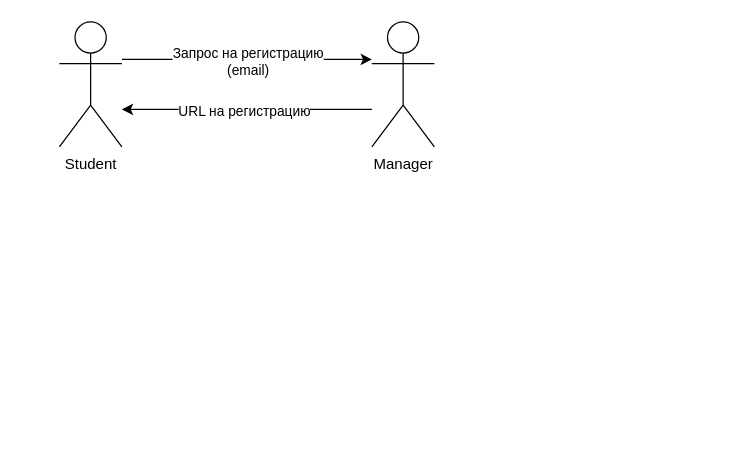
The draw.io diagram page "Страница 2" (2 of 2) of SpaceLab.drawio in antariuz/uml, before the edit. Source tidied: cells renumbered, new cells numbered last; positions are measured from the earlier drawing's top-left corner, leaving out a move shared by most shapes. Both pictures are drawn from the tidied source at 125%, with x=0, y=0 at pixel (59, 21).
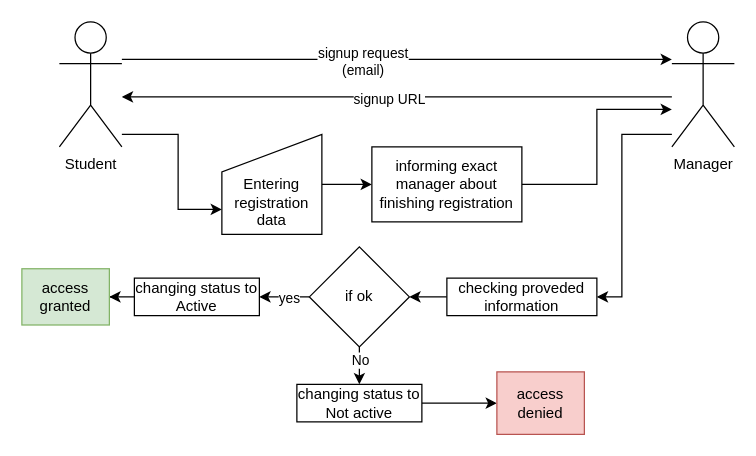
After the change.

The change refers to these unchanged cells:
```xml
<mxCell id="2" style="edgeStyle=orthogonalEdgeStyle;rounded=0;jettySize=auto;html=1;" parent="1" edge="1" source="4" target="7">
  <mxGeometry relative="1" as="geometry">
    <Array as="points">
      <mxPoint x="220" y="30" />
      <mxPoint x="220" y="30" />
    </Array>
  </mxGeometry>
</mxCell>
<mxCell id="4" value="Student" style="shape=umlActor;verticalLabelPosition=bottom;verticalAlign=top;html=1;outlineConnect=0;" parent="1" vertex="1">
  <mxGeometry width="50" height="100" as="geometry" />
</mxCell>
```

Change to the diagram source:
```diff
@@
-    <mxCell id="3" value="Запрос на регистрацию&lt;br&gt;(email)" style="edgeLabel;html=1;align=center;verticalAlign=middle;" parent="2" vertex="1">
+    <mxCell id="3" value="signup request&lt;br&gt;(email)" style="edgeLabel;html=1;align=center;verticalAlign=middle;" parent="2" vertex="1">
       <mxGeometry x="-0.23" y="-1" relative="1" as="geometry">
         <mxPoint x="23" as="offset" />
       </mxGeometry>
     </mxCell>
+    <mxCell id="8" style="edgeStyle=orthogonalEdgeStyle;rounded=0;jettySize=auto;html=1;entryX=0;entryY=0.75;entryDx=0;entryDy=0;" parent="1" edge="1" source="4" target="11">
+      <mxGeometry relative="1" as="geometry">
+        <Array as="points">
+          <mxPoint x="95" y="90" />
+          <mxPoint x="95" y="150" />
+        </Array>
+      </mxGeometry>
+    </mxCell>
@@
     <mxCell id="5" style="edgeStyle=orthogonalEdgeStyle;rounded=0;jettySize=auto;html=1;" parent="1" edge="1" source="7" target="4">
       <mxGeometry relative="1" as="geometry">
         <Array as="points">
-          <mxPoint x="220" y="70" />
-          <mxPoint x="220" y="70" />
+          <mxPoint x="360" y="60" />
+          <mxPoint x="360" y="60" />
         </Array>
       </mxGeometry>
     </mxCell>
-    <mxCell id="6" value="URL на регистрацию" style="edgeLabel;html=1;align=center;verticalAlign=middle;" parent="5" vertex="1">
+    <mxCell id="6" value="signup URL" style="edgeLabel;html=1;align=center;verticalAlign=middle;" parent="5" vertex="1">
       <mxGeometry x="0.03" y="1" relative="1" as="geometry" />
     </mxCell>
+    <mxCell id="9" style="edgeStyle=orthogonalEdgeStyle;rounded=0;jettySize=auto;html=1;entryX=1;entryY=0.5;entryDx=0;entryDy=0;" parent="1" edge="1" source="7" target="15">
+      <mxGeometry relative="1" as="geometry">
+        <Array as="points">
+          <mxPoint x="450" y="90" />
+          <mxPoint x="450" y="220" />
+        </Array>
+      </mxGeometry>
+    </mxCell>
     <mxCell id="7" value="Manager" style="shape=umlActor;verticalLabelPosition=bottom;verticalAlign=top;html=1;outlineConnect=0;" parent="1" vertex="1">
-      <mxGeometry x="250" width="50" height="100" as="geometry" />
+      <mxGeometry x="490" width="50" height="100" as="geometry" />
     </mxCell>
+    <mxCell id="10" style="edgeStyle=orthogonalEdgeStyle;rounded=0;jettySize=auto;html=1;entryX=0;entryY=0.5;entryDx=0;entryDy=0;" parent="1" edge="1" source="11" target="13">
+      <mxGeometry relative="1" as="geometry" />
+    </mxCell>
+    <mxCell id="11" value="&lt;br&gt;&lt;br&gt;Entering registration data" style="shape=manualInput;whiteSpace=wrap;html=1;" parent="1" vertex="1">
+      <mxGeometry x="130" y="90" width="80" height="80" as="geometry" />
+    </mxCell>
+    <mxCell id="12" style="edgeStyle=orthogonalEdgeStyle;rounded=0;jettySize=auto;html=1;" parent="1" edge="1" source="13" target="7">
+      <mxGeometry relative="1" as="geometry">
+        <Array as="points">
+          <mxPoint x="430" y="130" />
+          <mxPoint x="430" y="70" />
+        </Array>
+      </mxGeometry>
+    </mxCell>
+    <mxCell id="13" value="informing exact manager about finishing registration" style="rounded=0;whiteSpace=wrap;html=1;" parent="1" vertex="1">
+      <mxGeometry x="250" y="100" width="120" height="60" as="geometry" />
+    </mxCell>
+    <mxCell id="14" style="edgeStyle=orthogonalEdgeStyle;rounded=0;jettySize=auto;html=1;entryX=1;entryY=0.5;entryDx=0;entryDy=0;" parent="1" edge="1" source="15" target="20">
+      <mxGeometry relative="1" as="geometry" />
+    </mxCell>
+    <mxCell id="15" value="checking proveded information" style="rounded=0;whiteSpace=wrap;html=1;" parent="1" vertex="1">
+      <mxGeometry x="310" y="205" width="120" height="30" as="geometry" />
+    </mxCell>
+    <mxCell id="16" style="edgeStyle=orthogonalEdgeStyle;rounded=0;jettySize=auto;html=1;entryX=1;entryY=0.5;entryDx=0;entryDy=0;" parent="1" edge="1" source="20" target="22">
+      <mxGeometry relative="1" as="geometry" />
+    </mxCell>
+    <mxCell id="17" value="yes" style="edgeLabel;html=1;align=center;verticalAlign=middle;" parent="16" vertex="1">
+      <mxGeometry x="-0.16" relative="1" as="geometry" />
+    </mxCell>
+    <mxCell id="18" style="edgeStyle=orthogonalEdgeStyle;rounded=0;jettySize=auto;html=1;entryX=0.5;entryY=0;entryDx=0;entryDy=0;" parent="1" edge="1" source="20" target="24">
+      <mxGeometry relative="1" as="geometry">
+        <Array as="points">
+          <mxPoint x="240" y="270" />
+          <mxPoint x="240" y="270" />
+        </Array>
+      </mxGeometry>
+    </mxCell>
+    <mxCell id="19" value="No" style="edgeLabel;html=1;align=center;verticalAlign=middle;" parent="18" vertex="1">
+      <mxGeometry x="-0.35" relative="1" as="geometry" />
+    </mxCell>
+    <mxCell id="20" value="if ok" style="rhombus;whiteSpace=wrap;html=1;" parent="1" vertex="1">
+      <mxGeometry x="200" y="180" width="80" height="80" as="geometry" />
+    </mxCell>
+    <mxCell id="21" style="edgeStyle=orthogonalEdgeStyle;rounded=0;jettySize=auto;html=1;entryX=1;entryY=0.5;entryDx=0;entryDy=0;" parent="1" edge="1" source="22" target="25">
+      <mxGeometry relative="1" as="geometry" />
+    </mxCell>
+    <mxCell id="22" value="changing status to Active" style="rounded=0;whiteSpace=wrap;html=1;" parent="1" vertex="1">
+      <mxGeometry x="60" y="205" width="100" height="30" as="geometry" />
+    </mxCell>
+    <mxCell id="23" style="edgeStyle=orthogonalEdgeStyle;rounded=0;jettySize=auto;html=1;exitX=1;exitY=0.5;exitDx=0;exitDy=0;entryX=0;entryY=0.5;entryDx=0;entryDy=0;" parent="1" edge="1" source="24" target="26">
+      <mxGeometry relative="1" as="geometry" />
+    </mxCell>
+    <mxCell id="24" value="changing status to Not active" style="rounded=0;whiteSpace=wrap;html=1;" parent="1" vertex="1">
+      <mxGeometry x="190" y="290" width="100" height="30" as="geometry" />
+    </mxCell>
+    <mxCell id="25" value="access granted" style="rounded=0;whiteSpace=wrap;html=1;fillColor=#d5e8d4;strokeColor=#82b366;" parent="1" vertex="1">
+      <mxGeometry x="-30" y="197.5" width="70" height="45" as="geometry" />
+    </mxCell>
+    <mxCell id="26" value="access denied" style="rounded=0;whiteSpace=wrap;html=1;fillColor=#f8cecc;strokeColor=#b85450;" parent="1" vertex="1">
+      <mxGeometry x="350" y="280" width="70" height="50" as="geometry" />
+    </mxCell>
```
